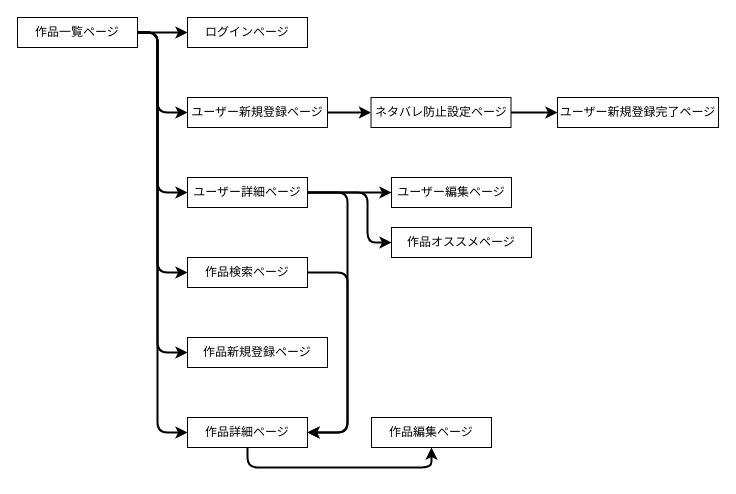
The draw.io diagram move_page.dio in kzykH1015/otone-app-38139, before the edit. Source tidied: cells renumbered, new cells numbered last; positions are measured from the earlier drawing's top-left corner, leaving out a move shared by most shapes. Both pictures are drawn from the tidied source at 100%, with x=0, y=0 at pixel (17, 17).
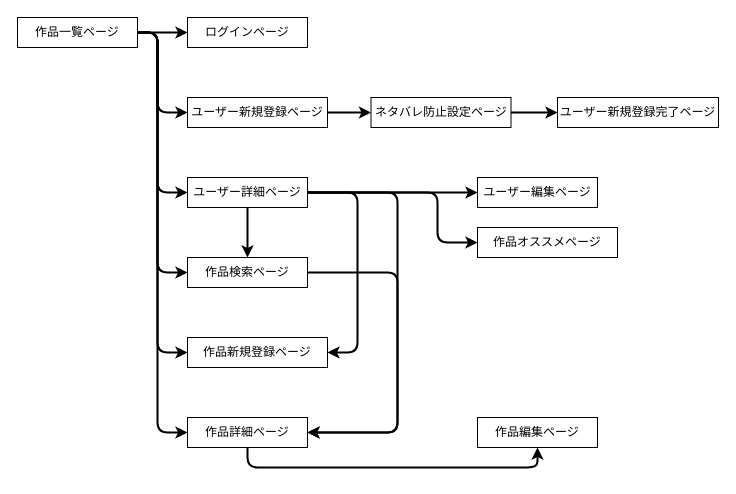
The same diagram, later.

Commit message (it also covers changes not shown here):
画面遷移図の修正

Unchanged cells that the change refers to:
```xml
<mxCell id="9" value="作品詳細ページ" style="whiteSpace=wrap;html=1;" parent="1" vertex="1">
  <mxGeometry x="170" y="400" width="120" height="30" as="geometry" />
</mxCell>
<mxCell id="12" value="作品検索ページ" style="whiteSpace=wrap;html=1;" parent="1" vertex="1">
  <mxGeometry x="170" y="240" width="120" height="30" as="geometry" />
</mxCell>
<mxCell id="16" value="ユーザー詳細ページ" style="whiteSpace=wrap;html=1;" parent="1" vertex="1">
  <mxGeometry x="170" y="160" width="120" height="30" as="geometry" />
</mxCell>
<mxCell id="24" value="作品新規登録ページ" style="whiteSpace=wrap;html=1;" parent="1" vertex="1">
  <mxGeometry x="170" y="320" width="140" height="30" as="geometry" />
</mxCell>
```

The edit, as a diff of the source:
```diff
@@
     <mxCell id="8" style="edgeStyle=orthogonalEdgeStyle;html=1;startArrow=none;startFill=0;strokeWidth=2;entryX=0.5;entryY=1;entryDx=0;entryDy=0;exitX=0.5;exitY=1;exitDx=0;exitDy=0;" parent="1" edge="1" source="9" target="25">
       <mxGeometry relative="1" as="geometry">
         <Array as="points">
           <mxPoint x="230" y="450" />
-          <mxPoint x="414" y="450" />
+          <mxPoint x="520" y="450" />
         </Array>
       </mxGeometry>
     </mxCell>
@@
     <mxCell id="11" style="edgeStyle=orthogonalEdgeStyle;html=1;startArrow=none;startFill=0;strokeWidth=2;" parent="1" edge="1" source="12" target="9">
       <mxGeometry relative="1" as="geometry">
         <Array as="points">
-          <mxPoint x="330" y="255" />
-          <mxPoint x="330" y="415" />
+          <mxPoint x="380" y="255" />
+          <mxPoint x="380" y="415" />
         </Array>
       </mxGeometry>
     </mxCell>
@@
     <mxCell id="14" style="edgeStyle=orthogonalEdgeStyle;html=1;startArrow=none;startFill=0;strokeWidth=2;" parent="1" edge="1" source="16" target="9">
       <mxGeometry relative="1" as="geometry">
         <Array as="points">
-          <mxPoint x="330" y="175" />
-          <mxPoint x="330" y="415" />
+          <mxPoint x="380" y="175" />
+          <mxPoint x="380" y="415" />
         </Array>
       </mxGeometry>
     </mxCell>
     <mxCell id="15" style="html=1;startArrow=none;startFill=0;strokeWidth=2;exitX=0.583;exitY=0.5;exitDx=0;exitDy=0;exitPerimeter=0;edgeStyle=orthogonalEdgeStyle;" parent="1" edge="1" source="16" target="23">
       <mxGeometry relative="1" as="geometry">
         <Array as="points">
-          <mxPoint x="350" y="175" />
-          <mxPoint x="350" y="225" />
+          <mxPoint x="420" y="175" />
+          <mxPoint x="420" y="225" />
         </Array>
       </mxGeometry>
     </mxCell>
+    <mxCell id="27" style="edgeStyle=orthogonalEdgeStyle;html=1;entryX=0.5;entryY=0;entryDx=0;entryDy=0;startArrow=none;startFill=0;endArrow=classic;endFill=1;strokeWidth=2;" parent="1" edge="1" source="16" target="12">
+      <mxGeometry relative="1" as="geometry">
+        <Array as="points">
+          <mxPoint x="230" y="220" />
+          <mxPoint x="230" y="220" />
+        </Array>
+      </mxGeometry>
+    </mxCell>
+    <mxCell id="28" style="edgeStyle=orthogonalEdgeStyle;html=1;entryX=1;entryY=0.5;entryDx=0;entryDy=0;startArrow=none;startFill=0;endArrow=classic;endFill=1;strokeWidth=2;" parent="1" edge="1" source="16" target="24">
+      <mxGeometry relative="1" as="geometry">
+        <Array as="points">
+          <mxPoint x="340" y="175" />
+          <mxPoint x="340" y="335" />
+        </Array>
+      </mxGeometry>
+    </mxCell>
@@
     <mxCell id="23" value="作品オススメページ" style="whiteSpace=wrap;html=1;" parent="1" vertex="1">
-      <mxGeometry x="374" y="210" width="140" height="30" as="geometry" />
+      <mxGeometry x="460" y="210" width="140" height="30" as="geometry" />
     </mxCell>
@@
     <mxCell id="25" value="作品編集ページ" style="whiteSpace=wrap;html=1;" parent="1" vertex="1">
-      <mxGeometry x="354" y="400" width="120" height="30" as="geometry" />
+      <mxGeometry x="460" y="400" width="120" height="30" as="geometry" />
     </mxCell>
     <mxCell id="26" value="ユーザー編集ページ" style="whiteSpace=wrap;html=1;" parent="1" vertex="1">
-      <mxGeometry x="374" y="160" width="120" height="30" as="geometry" />
+      <mxGeometry x="460" y="160" width="120" height="30" as="geometry" />
     </mxCell>
```
